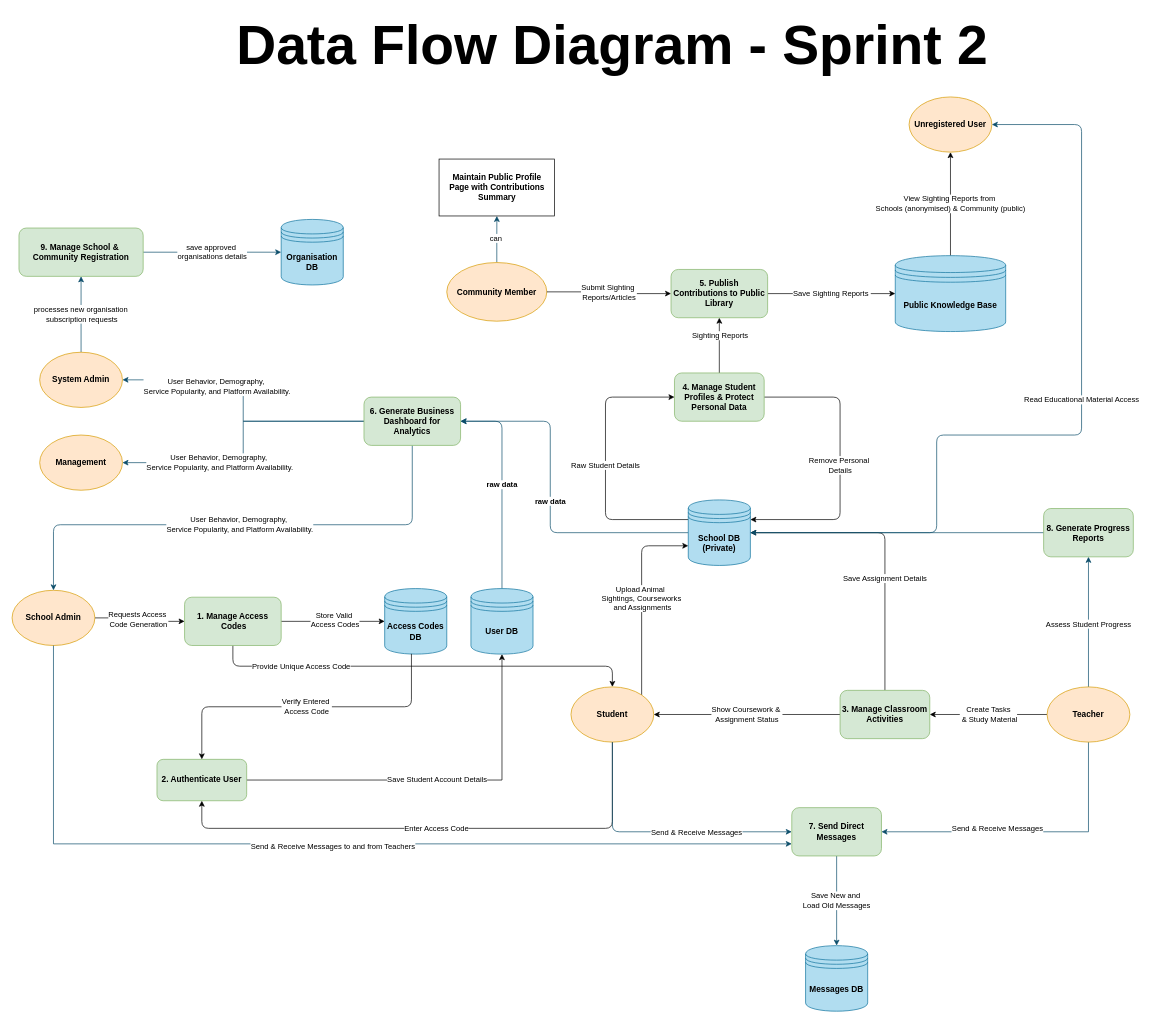
The draw.io diagram Documentation and Diagrams/drawio diagrams/DFD-Sprint2.drawio in Calculite01/KomodoHub, before the edit. Source tidied: cells renumbered, new cells numbered last; positions are measured from the earlier drawing's top-left corner, leaving out a move shared by most shapes. Both pictures are drawn from the tidied source at 69%, with x=0, y=0 at pixel (12, 14).
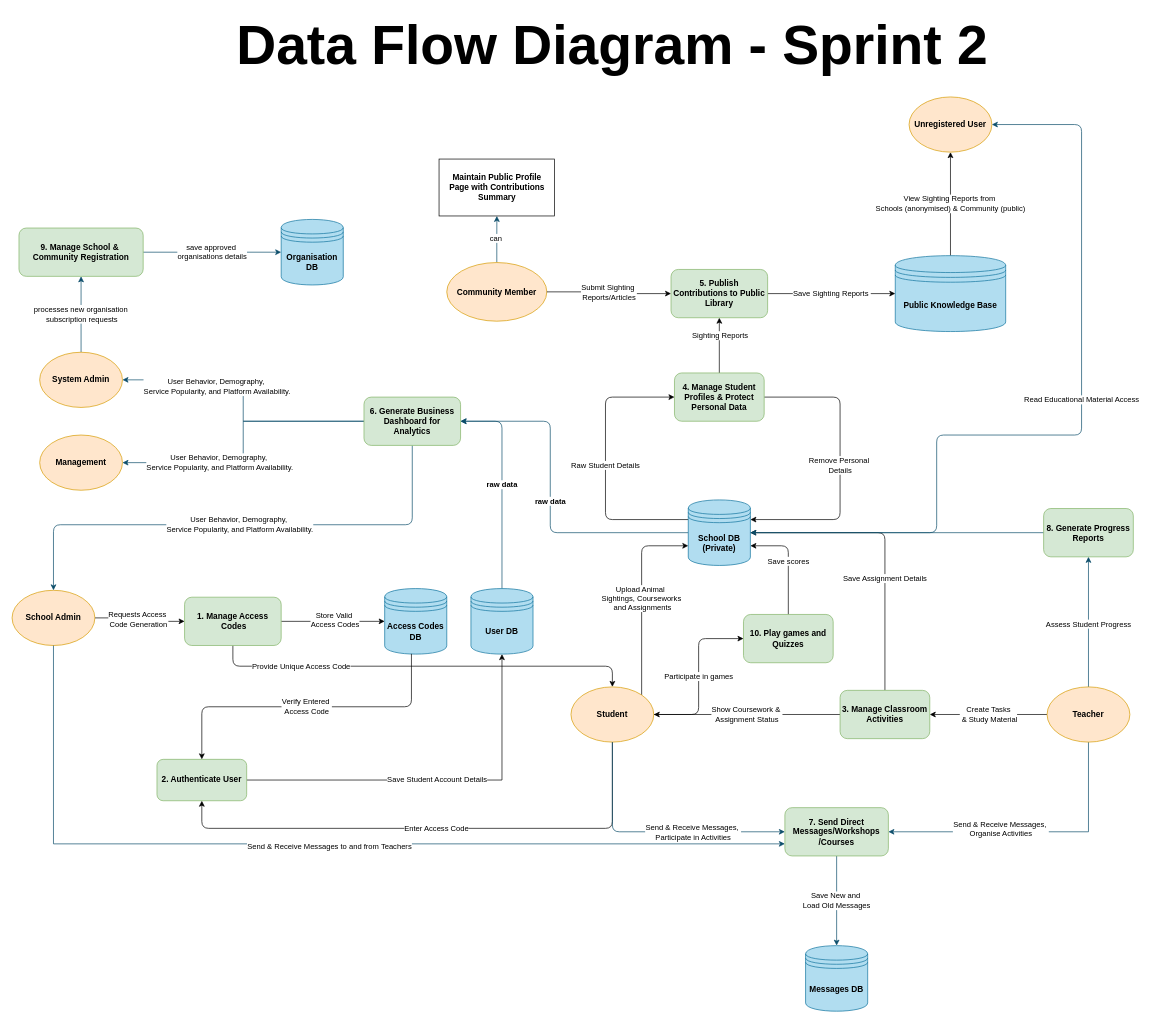
Above is the later version.

The change refers to these unchanged cells:
```xml
<mxCell id="4" value="Student" style="ellipse;whiteSpace=wrap;html=1;fontStyle=1;fillColor=light-dark(#FFE6CC,#AE6C23);strokeColor=#d79b00;" parent="1" vertex="1">
  <mxGeometry x="810" y="975" width="120" height="80" as="geometry" />
</mxCell>
<mxCell id="6" style="edgeStyle=orthogonalEdgeStyle;rounded=0;jettySize=auto;html=1;entryX=1;entryY=0.5;entryDx=0;entryDy=0;strokeColor=light-dark(#0B4D6A,#FFFFFF);exitX=0.5;exitY=1;exitDx=0;exitDy=0;fontStyle=1;" parent="1" edge="1" source="10" target="56">
  <mxGeometry relative="1" as="geometry">
    <Array as="points">
      <mxPoint x="1560" y="1185" />
    </Array>
  </mxGeometry>
</mxCell>
<mxCell id="31" value="School DB (Private)" style="shape=datastore;whiteSpace=wrap;html=1;fontStyle=1;fillColor=#b1ddf0;strokeColor=#10739e;" parent="1" vertex="1">
  <mxGeometry x="980" y="704" width="90" height="95" as="geometry" />
</mxCell>
<mxCell id="58" style="edgeStyle=orthogonalEdgeStyle;rounded=1;jettySize=auto;html=1;entryX=0;entryY=0.5;entryDx=0;entryDy=0;strokeColor=light-dark(#0B4D6A,#FFFFFF);exitX=0.5;exitY=1;exitDx=0;exitDy=0;curved=0;fontStyle=1;" parent="1" edge="1" source="4" target="56">
  <mxGeometry relative="1" as="geometry">
    <Array as="points">
      <mxPoint x="870" y="1185" />
    </Array>
  </mxGeometry>
</mxCell>
```

The edit, as a diff of the source:
```diff
@@
+    <mxCell id="70" value="Participate in games" style="edgeStyle=orthogonalEdgeStyle;html=1;entryX=0;entryY=0.5;entryDx=0;entryDy=0;" parent="1" edge="1" source="4" target="72">
+      <mxGeometry relative="1" as="geometry" />
+    </mxCell>
@@
-    <mxCell id="7" value="&lt;span style=&quot;color: light-dark(rgb(0, 0, 0), rgb(255, 255, 255));&quot;&gt;Send &amp;amp; Receive Messages&lt;/span&gt;" style="edgeLabel;html=1;align=center;verticalAlign=middle;strokeColor=#BAC8D3;fontColor=#EEEEEE;fillColor=#09555B;fontStyle=0;" parent="6" vertex="1">
+    <mxCell id="7" value="&lt;span style=&quot;color: light-dark(rgb(0, 0, 0), rgb(255, 255, 255));&quot;&gt;Send &amp;amp; Receive Messages,&amp;nbsp;&lt;/span&gt;&lt;div&gt;&lt;span style=&quot;color: light-dark(rgb(0, 0, 0), rgb(255, 255, 255));&quot;&gt;Organise Activities&lt;/span&gt;&lt;/div&gt;" style="edgeLabel;html=1;align=center;verticalAlign=middle;strokeColor=#BAC8D3;fontColor=#EEEEEE;fillColor=#09555B;fontStyle=0;" parent="6" vertex="1">
       <mxGeometry x="0.02" y="-4" relative="1" as="geometry">
         <mxPoint x="-44" y="-1" as="offset" />
       </mxGeometry>
     </mxCell>
@@
-    <mxCell id="56" value="7. Send Direct Messages" style="rounded=1;fontStyle=1;fillColor=#d5e8d4;strokeColor=#82b366;whiteSpace=wrap;html=1;gradientColor=none;" parent="1" vertex="1">
-      <mxGeometry x="1130" y="1150" width="130" height="70" as="geometry" />
+    <mxCell id="56" value="&lt;font style=&quot;color: rgb(0, 0, 0);&quot;&gt;7. Send Direct Messages/Workshops&lt;/font&gt;&lt;div&gt;&lt;font style=&quot;color: rgb(0, 0, 0);&quot;&gt;/Courses&lt;/font&gt;&lt;/div&gt;" style="rounded=1;fontStyle=1;fillColor=#d5e8d4;strokeColor=#82b366;whiteSpace=wrap;html=1;gradientColor=none;align=center;" parent="1" vertex="1">
+      <mxGeometry x="1120" y="1150" width="150" height="70" as="geometry" />
     </mxCell>
@@
-    <mxCell id="59" value="&lt;span style=&quot;color: light-dark(rgb(0, 0, 0), rgb(255, 255, 255));&quot;&gt;Send &amp;amp; Receive Messages&lt;/span&gt;" style="edgeLabel;html=1;align=center;verticalAlign=middle;strokeColor=#BAC8D3;fontColor=#EEEEEE;fillColor=#09555B;fontStyle=0;" parent="58" vertex="1">
+    <mxCell id="59" value="&lt;span style=&quot;color: light-dark(rgb(0, 0, 0), rgb(255, 255, 255));&quot;&gt;Send &amp;amp; Receive Messages,&amp;nbsp;&lt;/span&gt;&lt;div&gt;&lt;span style=&quot;color: light-dark(rgb(0, 0, 0), rgb(255, 255, 255));&quot;&gt;Participate in Activities&lt;/span&gt;&lt;/div&gt;" style="edgeLabel;html=1;align=center;verticalAlign=middle;strokeColor=#BAC8D3;fontColor=#EEEEEE;fillColor=#09555B;fontStyle=0;" parent="58" vertex="1">
       <mxGeometry x="0.02" y="-4" relative="1" as="geometry">
         <mxPoint x="52" y="-4" as="offset" />
       </mxGeometry>
     </mxCell>
@@
+    <mxCell id="71" value="Save scores" style="edgeStyle=orthogonalEdgeStyle;html=1;entryX=1;entryY=0.7;entryDx=0;entryDy=0;" parent="1" edge="1" source="72" target="31">
+      <mxGeometry relative="1" as="geometry" />
+    </mxCell>
+    <mxCell id="72" value="10. Play games and Quizzes" style="rounded=1;fontStyle=1;fillColor=#d5e8d4;strokeColor=#82b366;whiteSpace=wrap;html=1;gradientColor=none;" parent="1" vertex="1">
+      <mxGeometry x="1060" y="870" width="130" height="70" as="geometry" />
+    </mxCell>
```
